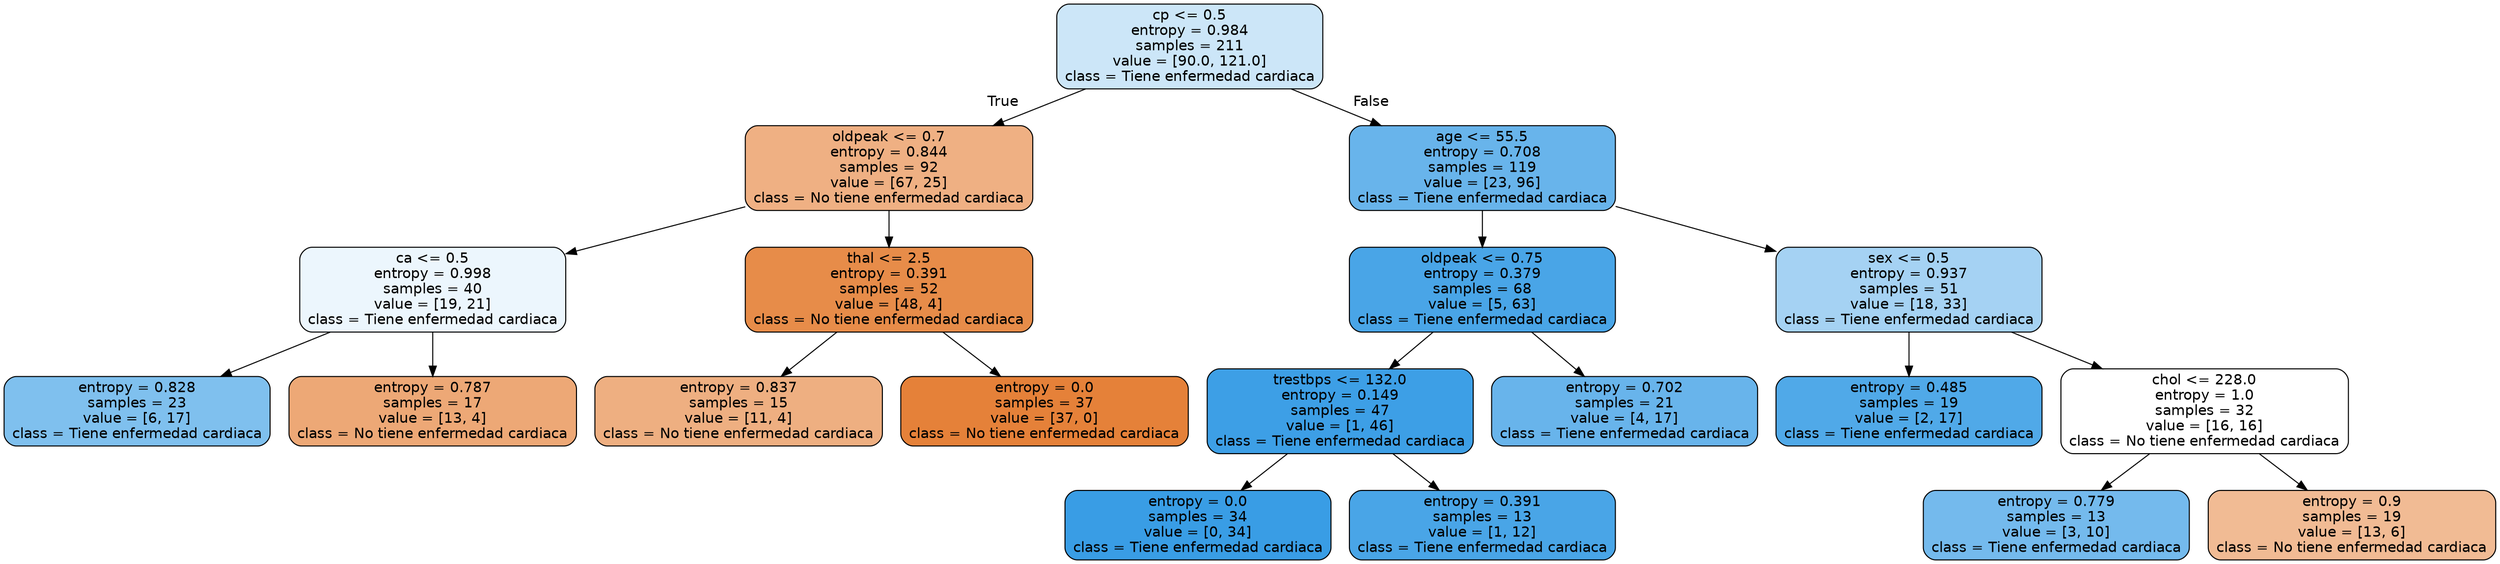
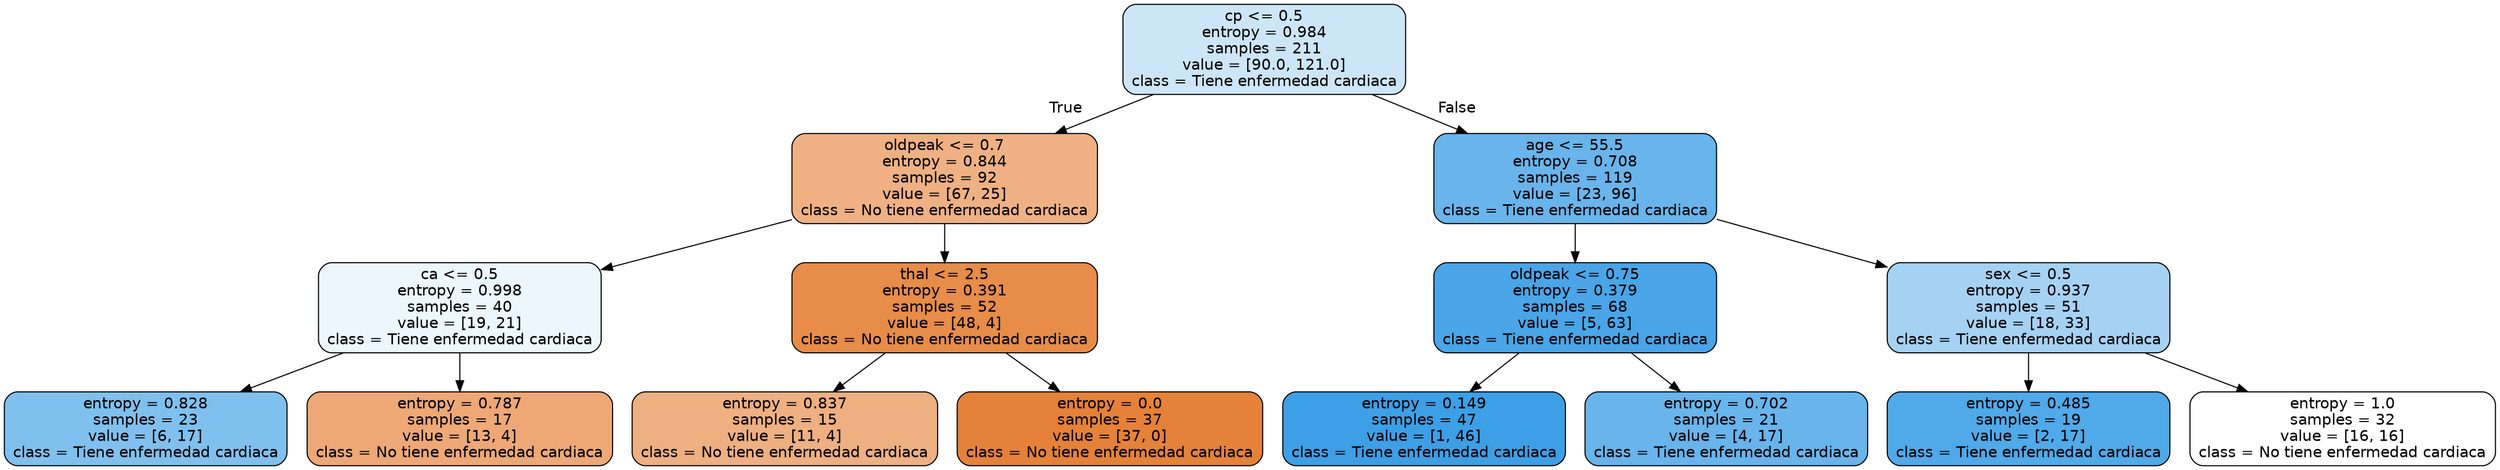
digraph Tree {
node [shape=box, style="filled, rounded", color="black", fontname="helvetica"] ;
edge [fontname="helvetica"] ;
0 [label="cp <= 0.5\nentropy = 0.984\nsamples = 211\nvalue = [90.0, 121.0]\nclass = Tiene enfermedad cardiaca", fillcolor="#cce6f8"] ;
1 [label="oldpeak <= 0.7\nentropy = 0.844\nsamples = 92\nvalue = [67, 25]\nclass = No tiene enfermedad cardiaca", fillcolor="#efb083"] ;
0 -> 1 [labeldistance=2.5, labelangle=45, headlabel="True"] ;
2 [label="ca <= 0.5\nentropy = 0.998\nsamples = 40\nvalue = [19, 21]\nclass = Tiene enfermedad cardiaca", fillcolor="#ecf6fd"] ;
1 -> 2 ;
3 [label="entropy = 0.828\nsamples = 23\nvalue = [6, 17]\nclass = Tiene enfermedad cardiaca", fillcolor="#7fc0ee"] ;
2 -> 3 ;
4 [label="entropy = 0.787\nsamples = 17\nvalue = [13, 4]\nclass = No tiene enfermedad cardiaca", fillcolor="#eda876"] ;
2 -> 4 ;
5 [label="thal <= 2.5\nentropy = 0.391\nsamples = 52\nvalue = [48, 4]\nclass = No tiene enfermedad cardiaca", fillcolor="#e78c49"] ;
1 -> 5 ;
6 [label="entropy = 0.837\nsamples = 15\nvalue = [11, 4]\nclass = No tiene enfermedad cardiaca", fillcolor="#eeaf81"] ;
5 -> 6 ;
7 [label="entropy = 0.0\nsamples = 37\nvalue = [37, 0]\nclass = No tiene enfermedad cardiaca", fillcolor="#e58139"] ;
5 -> 7 ;
8 [label="age <= 55.5\nentropy = 0.708\nsamples = 119\nvalue = [23, 96]\nclass = Tiene enfermedad cardiaca", fillcolor="#68b4eb"] ;
0 -> 8 [labeldistance=2.5, labelangle=-45, headlabel="False"] ;
9 [label="oldpeak <= 0.75\nentropy = 0.379\nsamples = 68\nvalue = [5, 63]\nclass = Tiene enfermedad cardiaca", fillcolor="#49a5e7"] ;
8 -> 9 ;
- 10 [label="trestbps <= 132.0\nentropy = 0.149\nsamples = 47\nvalue = [1, 46]\nclass = Tiene enfermedad cardiaca", fillcolor="#3d9fe6"] ;
+ 10 [label="entropy = 0.149\nsamples = 47\nvalue = [1, 46]\nclass = Tiene enfermedad cardiaca", fillcolor="#3d9fe6"] ;
9 -> 10 ;
- 11 [label="entropy = 0.0\nsamples = 34\nvalue = [0, 34]\nclass = Tiene enfermedad cardiaca", fillcolor="#399de5"] ;
- 10 -> 11 ;
- 12 [label="entropy = 0.391\nsamples = 13\nvalue = [1, 12]\nclass = Tiene enfermedad cardiaca", fillcolor="#49a5e7"] ;
- 10 -> 12 ;
- 13 [label="entropy = 0.702\nsamples = 21\nvalue = [4, 17]\nclass = Tiene enfermedad cardiaca", fillcolor="#68b4eb"] ;
- 9 -> 13 ;
- 14 [label="sex <= 0.5\nentropy = 0.937\nsamples = 51\nvalue = [18, 33]\nclass = Tiene enfermedad cardiaca", fillcolor="#a5d2f3"] ;
- 8 -> 14 ;
- 15 [label="entropy = 0.485\nsamples = 19\nvalue = [2, 17]\nclass = Tiene enfermedad cardiaca", fillcolor="#50a9e8"] ;
- 14 -> 15 ;
- 16 [label="chol <= 228.0\nentropy = 1.0\nsamples = 32\nvalue = [16, 16]\nclass = No tiene enfermedad cardiaca", fillcolor="#ffffff"] ;
- 14 -> 16 ;
- 17 [label="entropy = 0.779\nsamples = 13\nvalue = [3, 10]\nclass = Tiene enfermedad cardiaca", fillcolor="#74baed"] ;
- 16 -> 17 ;
- 18 [label="entropy = 0.9\nsamples = 19\nvalue = [13, 6]\nclass = No tiene enfermedad cardiaca", fillcolor="#f1bb94"] ;
- 16 -> 18 ;
+ 11 [label="entropy = 0.702\nsamples = 21\nvalue = [4, 17]\nclass = Tiene enfermedad cardiaca", fillcolor="#68b4eb"] ;
+ 9 -> 11 ;
+ 12 [label="sex <= 0.5\nentropy = 0.937\nsamples = 51\nvalue = [18, 33]\nclass = Tiene enfermedad cardiaca", fillcolor="#a5d2f3"] ;
+ 8 -> 12 ;
+ 13 [label="entropy = 0.485\nsamples = 19\nvalue = [2, 17]\nclass = Tiene enfermedad cardiaca", fillcolor="#50a9e8"] ;
+ 12 -> 13 ;
+ 14 [label="entropy = 1.0\nsamples = 32\nvalue = [16, 16]\nclass = No tiene enfermedad cardiaca", fillcolor="#ffffff"] ;
+ 12 -> 14 ;
}